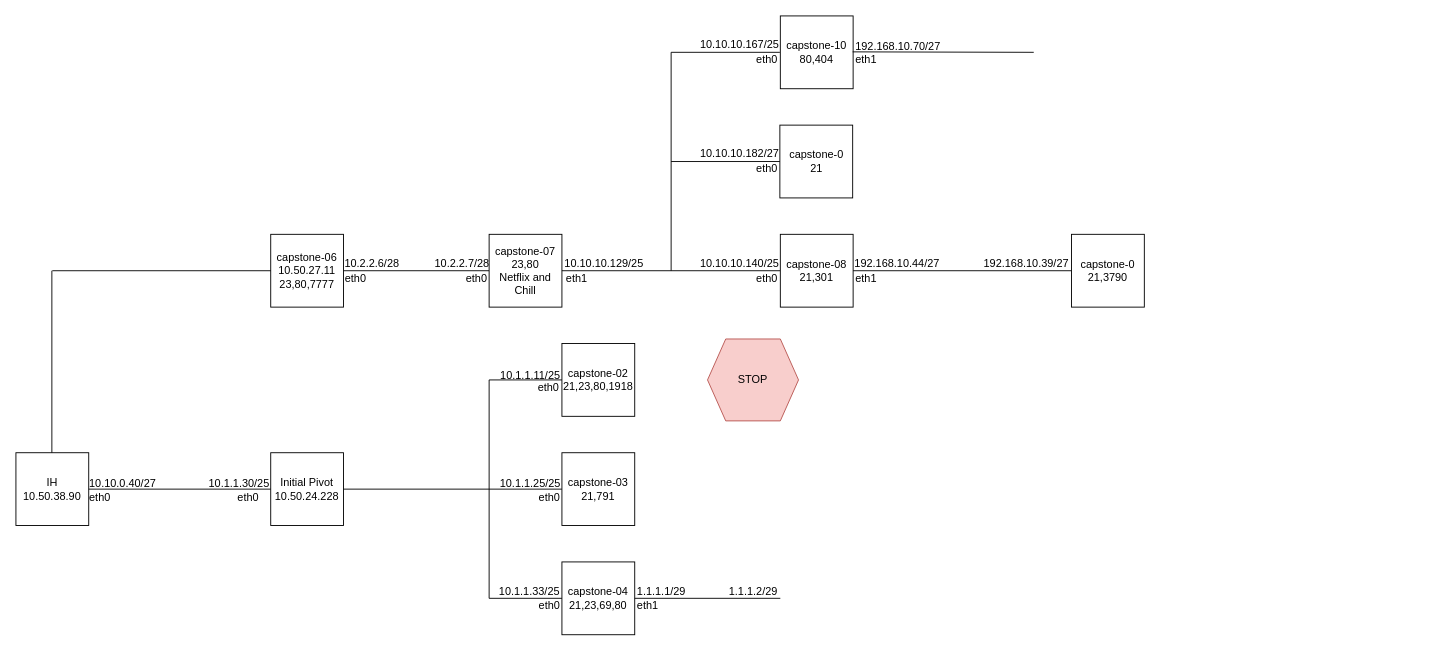
This is Capstone.drawio from Mikejb5582/Networking, a draw.io file, before an edit. Source tidied: cells renumbered, new cells numbered last; positions are measured from the earlier drawing's top-left corner, leaving out a move shared by most shapes. Both pictures are drawn from the tidied source at 91%, with x=0, y=0 at pixel (15, 15).
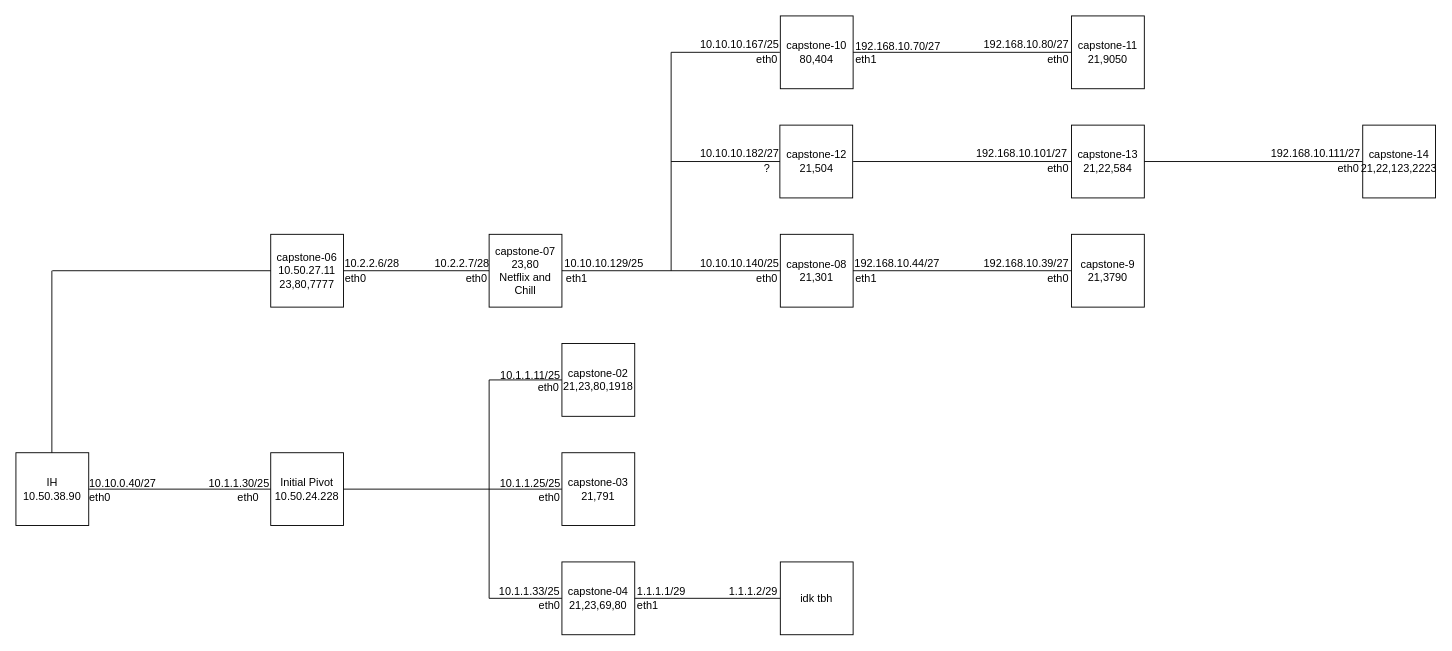
After the change.

What changed in the source:
```diff
@@
-    <mxCell id="16" value="STOP" style="shape=hexagon;perimeter=hexagonPerimeter2;whiteSpace=wrap;html=1;fixedSize=1;fillColor=#f8cecc;strokeColor=#b85450;" parent="1" vertex="1">
-      <mxGeometry x="760" y="355" width="100" height="90" as="geometry" />
-    </mxCell>
@@
-    <mxCell id="46" value="capstone-0&lt;br&gt;21,3790" style="whiteSpace=wrap;html=1;" parent="1" vertex="1">
+    <mxCell id="46" value="capstone-9&lt;br&gt;21,3790" style="whiteSpace=wrap;html=1;" parent="1" vertex="1">
       <mxGeometry x="1160" y="240" width="80" height="80" as="geometry" />
     </mxCell>
-    <mxCell id="47" value="capstone-0&lt;br&gt;21" style="whiteSpace=wrap;html=1;" parent="1" vertex="1">
+    <mxCell id="47" value="capstone-12&lt;br&gt;21,504" style="whiteSpace=wrap;html=1;" parent="1" vertex="1">
       <mxGeometry x="839.5" y="120" width="80" height="80" as="geometry" />
     </mxCell>
@@
-    <mxCell id="51" value="eth0" style="text;html=1;align=center;verticalAlign=middle;strokeColor=none;fillColor=none;" parent="1" vertex="1">
-      <mxGeometry x="800" y="153" width="50" height="30" as="geometry" />
+    <mxCell id="51" value="?" style="text;html=1;align=center;verticalAlign=middle;strokeColor=none;fillColor=none;" parent="1" vertex="1">
+      <mxGeometry x="810" y="153" width="30" height="30" as="geometry" />
     </mxCell>
@@
-    <mxCell id="58" style="endArrow=none;html=1;rounded=0;" parent="1" edge="1">
-      <mxGeometry relative="1" as="geometry">
-        <mxPoint x="919.5" y="39.5" as="sourcePoint" />
-        <mxPoint x="1118.5" y="40" as="targetPoint" />
-      </mxGeometry>
-    </mxCell>
+    <mxCell id="59" style="endArrow=none;html=1;rounded=0;" parent="1" edge="1">
+      <mxGeometry relative="1" as="geometry">
+        <mxPoint x="920" y="40" as="sourcePoint" />
+        <mxPoint x="1160" y="40" as="targetPoint" />
+      </mxGeometry>
+    </mxCell>
+    <mxCell id="60" value="192.168.10.80/27" style="text;html=1;align=center;verticalAlign=middle;strokeColor=none;fillColor=none;" parent="1" vertex="1">
+      <mxGeometry x="1050" y="17" width="120" height="30" as="geometry" />
+    </mxCell>
+    <mxCell id="61" value="capstone-11&lt;br&gt;21,9050" style="whiteSpace=wrap;html=1;" parent="1" vertex="1">
+      <mxGeometry x="1160" width="80" height="80" as="geometry" />
+    </mxCell>
+    <mxCell id="62" style="endArrow=none;html=1;rounded=0;" parent="1" edge="1">
+      <mxGeometry relative="1" as="geometry">
+        <mxPoint x="920" y="160" as="sourcePoint" />
+        <mxPoint x="1160" y="160" as="targetPoint" />
+      </mxGeometry>
+    </mxCell>
+    <mxCell id="63" value="eth0" style="text;html=1;align=center;verticalAlign=middle;strokeColor=none;fillColor=none;" parent="1" vertex="1">
+      <mxGeometry x="1120" y="153" width="50" height="30" as="geometry" />
+    </mxCell>
+    <mxCell id="64" value="192.168.10.101/27" style="text;html=1;align=center;verticalAlign=middle;strokeColor=none;fillColor=none;" parent="1" vertex="1">
+      <mxGeometry x="1045" y="137" width="120" height="30" as="geometry" />
+    </mxCell>
+    <mxCell id="65" value="eth0" style="text;html=1;align=center;verticalAlign=middle;strokeColor=none;fillColor=none;" parent="1" vertex="1">
+      <mxGeometry x="1120" y="274" width="50" height="30" as="geometry" />
+    </mxCell>
+    <mxCell id="66" value="capstone-13&lt;br&gt;21,22,584" style="whiteSpace=wrap;html=1;" parent="1" vertex="1">
+      <mxGeometry x="1160" y="120" width="80" height="80" as="geometry" />
+    </mxCell>
+    <mxCell id="67" style="endArrow=none;html=1;rounded=0;" parent="1" edge="1">
+      <mxGeometry relative="1" as="geometry">
+        <mxPoint x="1240" y="160" as="sourcePoint" />
+        <mxPoint x="1480" y="160" as="targetPoint" />
+      </mxGeometry>
+    </mxCell>
+    <mxCell id="68" value="capstone-14&lt;br&gt;21,22,123,2223" style="whiteSpace=wrap;html=1;" parent="1" vertex="1">
+      <mxGeometry x="1480" y="120" width="80" height="80" as="geometry" />
+    </mxCell>
+    <mxCell id="69" value="192.168.10.111/27" style="text;html=1;align=center;verticalAlign=middle;strokeColor=none;fillColor=none;" parent="1" vertex="1">
+      <mxGeometry x="1368" y="137" width="120" height="30" as="geometry" />
+    </mxCell>
+    <mxCell id="70" value="eth0" style="text;html=1;align=center;verticalAlign=middle;strokeColor=none;fillColor=none;" parent="1" vertex="1">
+      <mxGeometry x="1120" y="33" width="50" height="30" as="geometry" />
+    </mxCell>
+    <mxCell id="71" value="eth0" style="text;html=1;align=center;verticalAlign=middle;strokeColor=none;fillColor=none;" parent="1" vertex="1">
+      <mxGeometry x="1439" y="153" width="50" height="30" as="geometry" />
+    </mxCell>
+    <mxCell id="72" value="idk tbh" style="whiteSpace=wrap;html=1;" parent="1" vertex="1">
+      <mxGeometry x="840" y="600" width="80" height="80" as="geometry" />
+    </mxCell>
```
